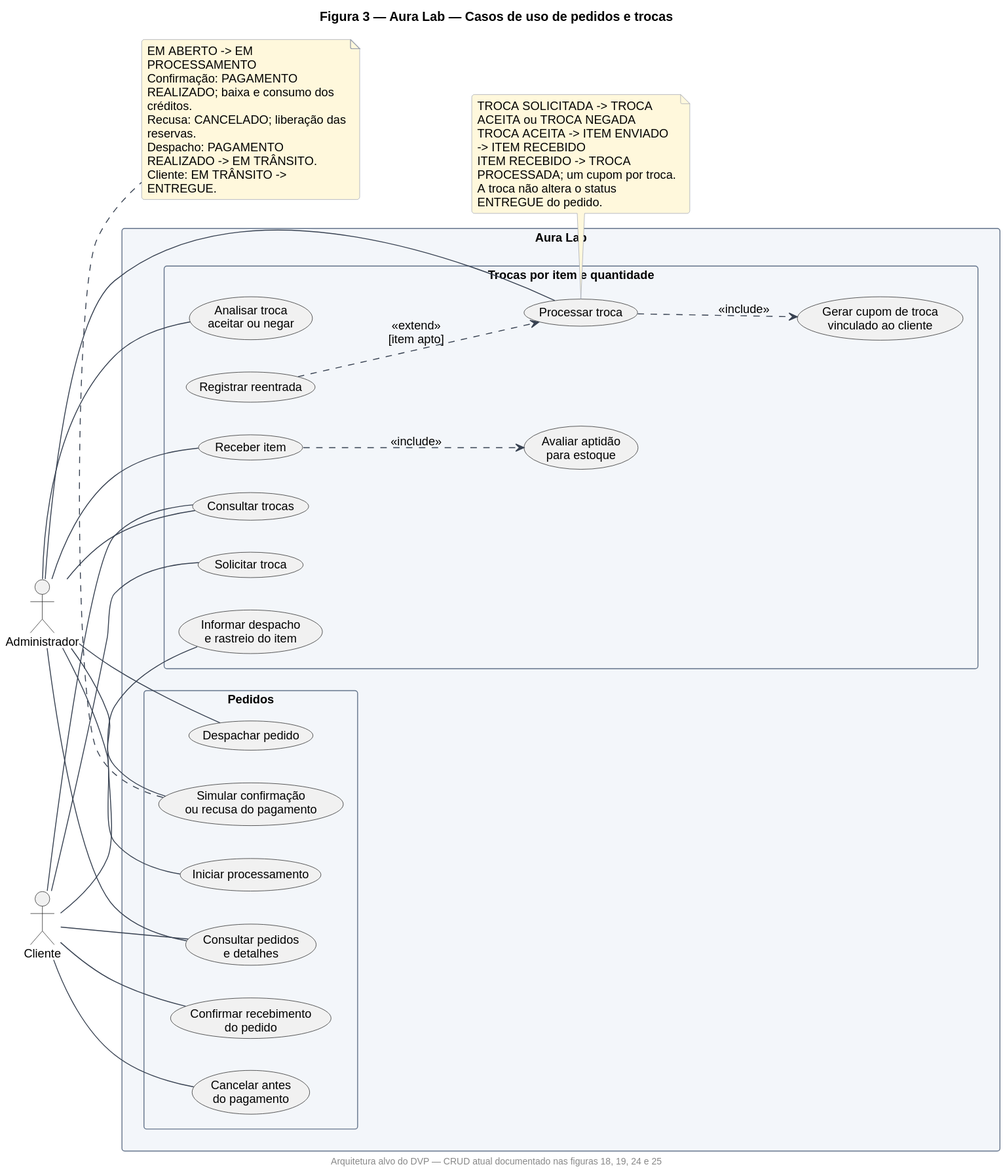
This is docs/dvp-uml-2026/svg/03-caso-uso-gerenciar-pedidos.svg from krisnarane/Aura_Lab, a PlantUML export, as it was before one commit.
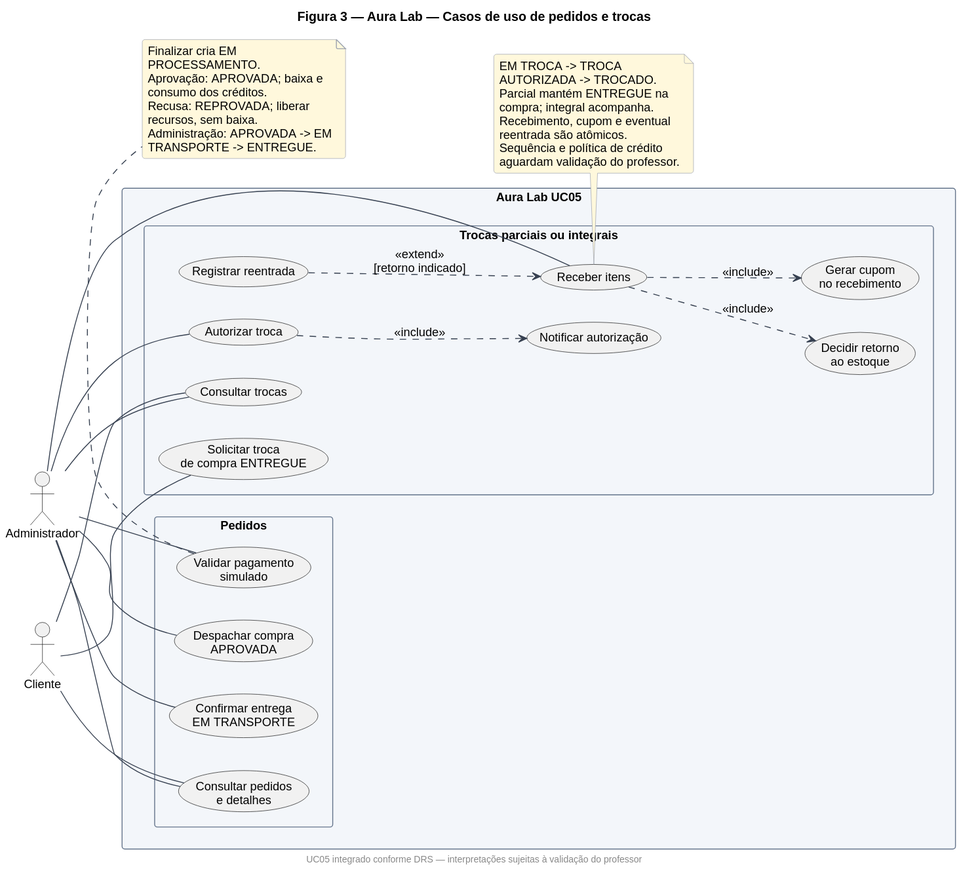
Above is the later version.

The edit, as a diff of the source:
```diff
@@ -1,5 +1,5 @@
 @startuml
-footer Arquitetura alvo do DVP — CRUD atual documentado nas figuras 18, 19, 24 e 25
+footer UC05 integrado conforme DRS — interpretações sujeitas à validação do professor
 skinparam backgroundColor white
 skinparam shadowing false
 skinparam defaultFontName Arial
@@ -22,55 +22,48 @@
 left to right direction
 actor Cliente
 actor Administrador as Admin
-rectangle "Aura Lab" {
-  package "Pedidos" {
-    usecase "Consultar pedidos\ne detalhes" as Consultar
-    usecase "Iniciar processamento" as Iniciar
-    usecase "Simular confirmação\nou recusa do pagamento" as Pagar
-    usecase "Despachar pedido" as Despachar
-    usecase "Cancelar antes\ndo pagamento" as Cancelar
-    usecase "Confirmar recebimento\ndo pedido" as Entregar
-  }
-  package "Trocas por item e quantidade" {
-    usecase "Solicitar troca" as Solicitar
-    usecase "Consultar trocas" as ConsultarTrocas
-    usecase "Analisar troca\naceitar ou negar" as Analisar
-    usecase "Informar despacho\ne rastreio do item" as Enviar
-    usecase "Receber item" as Receber
-    usecase "Avaliar aptidão\npara estoque" as Avaliar
-    usecase "Registrar reentrada" as Reentrada
-    usecase "Processar troca" as Processar
-    usecase "Gerar cupom de troca\nvinculado ao cliente" as Cupom
-  }
+rectangle "Aura Lab UC05" {
+ package "Pedidos" {
+  usecase "Consultar pedidos\ne detalhes" as Consultar
+  usecase "Validar pagamento\nsimulado" as Pagar
+  usecase "Despachar compra\nAPROVADA" as Despachar
+  usecase "Confirmar entrega\nEM TRANSPORTE" as Entregar
+ }
+ package "Trocas parciais ou integrais" {
+  usecase "Solicitar troca\nde compra ENTREGUE" as Solicitar
+  usecase "Consultar trocas" as ConsultarTrocas
+  usecase "Autorizar troca" as Autorizar
+  usecase "Receber itens" as Receber
+  usecase "Decidir retorno\nao estoque" as Decidir
+  usecase "Registrar reentrada" as Reentrada
+  usecase "Gerar cupom\nno recebimento" as Cupom
+  usecase "Notificar autorização" as Notificar
+ }
 }
 Admin -- Consultar
-Admin -- Iniciar
 Admin -- Pagar
 Admin -- Despachar
+Admin -- Entregar
 Admin -- ConsultarTrocas
-Admin -- Analisar
+Admin -- Autorizar
 Admin -- Receber
-Admin -- Processar
 Cliente -- Consultar
-Cliente -- Cancelar
-Cliente -- Entregar
 Cliente -- Solicitar
 Cliente -- ConsultarTrocas
-Cliente -- Enviar
-Receber ..> Avaliar : <<include>>
-Reentrada ..> Processar : <<extend>>\n[item apto]
-Processar ..> Cupom : <<include>>
+Autorizar ..> Notificar : <<include>>
+Receber ..> Decidir : <<include>>
+Reentrada ..> Receber : <<extend>>\n[retorno indicado]
+Receber ..> Cupom : <<include>>
 note bottom of Pagar
-  EM ABERTO -> EM PROCESSAMENTO
-  Confirmação: PAGAMENTO REALIZADO; baixa e consumo dos créditos.
-  Recusa: CANCELADO; liberação das reservas.
-  Despacho: PAGAMENTO REALIZADO -> EM TRÂNSITO.
-  Cliente: EM TRÂNSITO -> ENTREGUE.
+ Finalizar cria EM PROCESSAMENTO.
+ Aprovação: APROVADA; baixa e consumo dos créditos.
+ Recusa: REPROVADA; liberar recursos, sem baixa.
+ Administração: APROVADA -> EM TRANSPORTE -> ENTREGUE.
 end note
-note bottom of Processar
-  TROCA SOLICITADA -> TROCA ACEITA ou TROCA NEGADA
-  TROCA ACEITA -> ITEM ENVIADO -> ITEM RECEBIDO
-  ITEM RECEBIDO -> TROCA PROCESSADA; um cupom por troca.
-  A troca não altera o status ENTREGUE do pedido.
+note bottom of Receber
+ EM TROCA -> TROCA AUTORIZADA -> TROCADO.
+ Parcial mantém ENTREGUE na compra; integral acompanha.
+ Recebimento, cupom e eventual reentrada são atômicos.
+ Sequência e política de crédito aguardam validação do professor.
 end note
 @enduml
```
